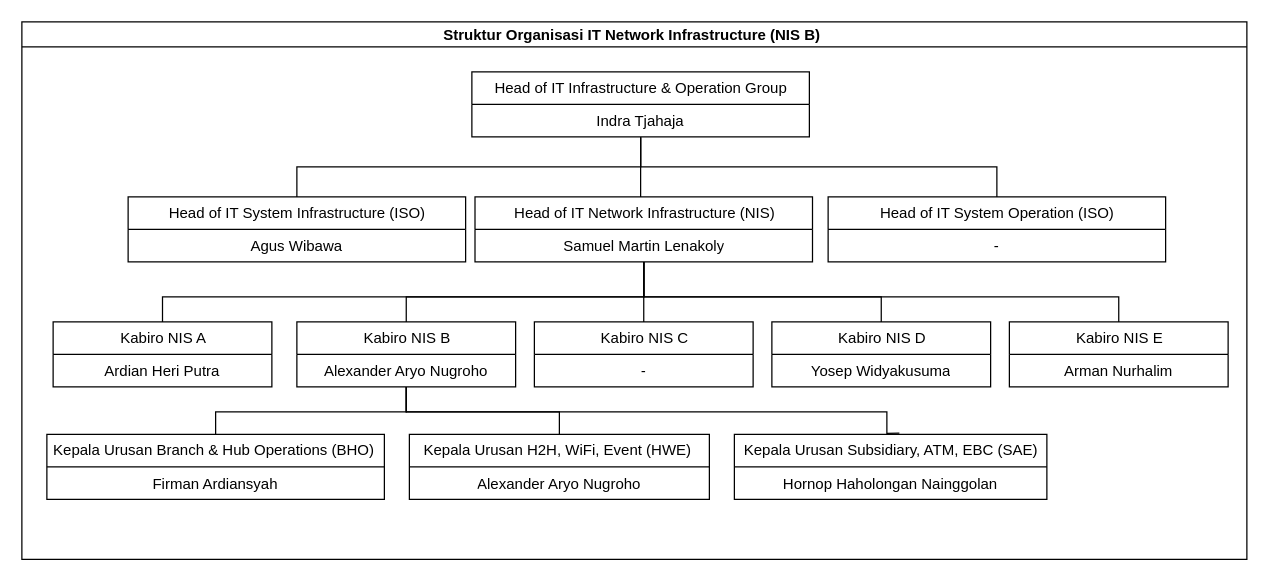
The draw.io diagram page "Struktur Org GSIT - NIS B" (1 of 3) of BIP_Andrea_2026.drawio in AndreaB54/BCA_INTERNSHIP_NIS_B_2026, before the edit. Source tidied: cells renumbered, new cells numbered last; positions are measured from the earlier drawing's top-left corner, leaving out a move shared by most shapes. Both pictures are drawn from the tidied source at 125%, with x=0, y=0 at pixel (21, 21).
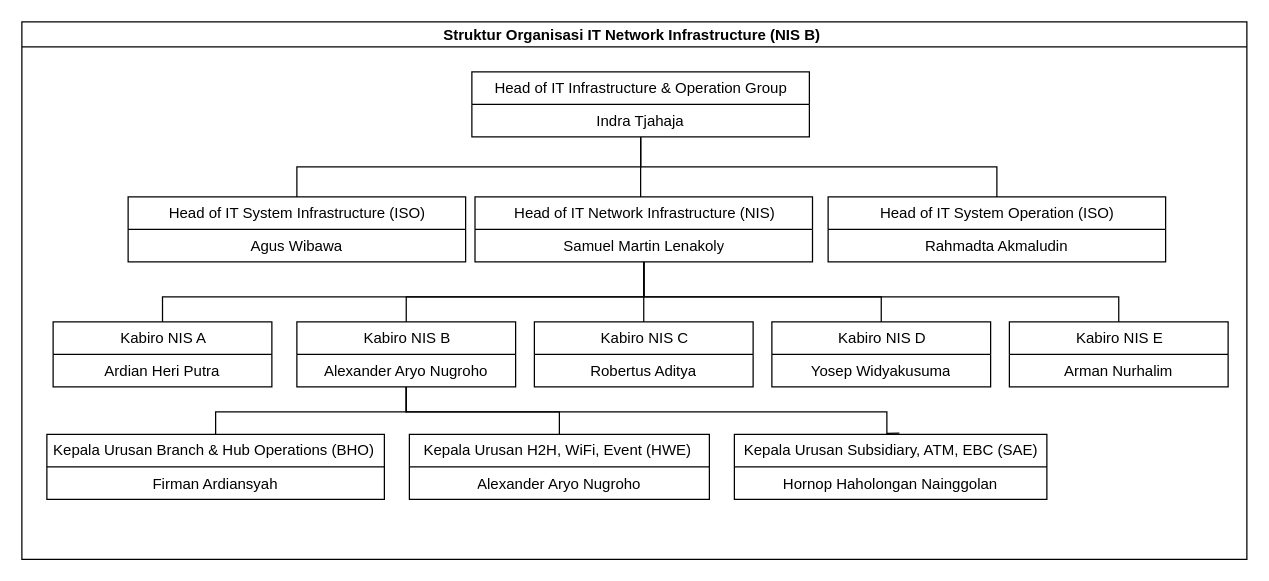
Above is the later version.

The change refers to these unchanged cells:
```xml
<mxCell id="12" value="Kabiro NIS C" style="swimlane;fontStyle=0;horizontal=1;startSize=26;fillColor=none;html=1;" parent="2" vertex="1">
  <mxGeometry x="410" y="240" width="175" height="52" as="geometry" />
</mxCell>
<mxCell id="30" value="Head of IT System Operation (ISO)" style="swimlane;fontStyle=0;horizontal=1;startSize=26;fillColor=none;html=1;" parent="1" vertex="1">
  <mxGeometry x="645" y="140" width="270" height="52" as="geometry" />
</mxCell>
```

The edit, as a diff of the source:
```diff
@@
-    <mxCell id="13" value="-" style="text;strokeColor=none;fillColor=none;align=center;verticalAlign=top;spacingLeft=4;spacingRight=4;overflow=hidden;whiteSpace=wrap;html=1;" parent="12" vertex="1">
+    <mxCell id="13" value="Robertus Aditya" style="text;strokeColor=none;fillColor=none;align=center;verticalAlign=top;spacingLeft=4;spacingRight=4;overflow=hidden;whiteSpace=wrap;html=1;" parent="12" vertex="1">
       <mxGeometry y="26" width="175" height="26" as="geometry" />
     </mxCell>
@@
-    <mxCell id="31" value="-" style="text;strokeColor=none;fillColor=none;align=center;verticalAlign=top;spacingLeft=4;spacingRight=4;overflow=hidden;whiteSpace=wrap;html=1;" parent="30" vertex="1">
+    <mxCell id="31" value="Rahmadta Akmaludin" style="text;strokeColor=none;fillColor=none;align=center;verticalAlign=top;spacingLeft=4;spacingRight=4;overflow=hidden;whiteSpace=wrap;html=1;" parent="30" vertex="1">
       <mxGeometry y="26" width="270" height="26" as="geometry" />
     </mxCell>
```
